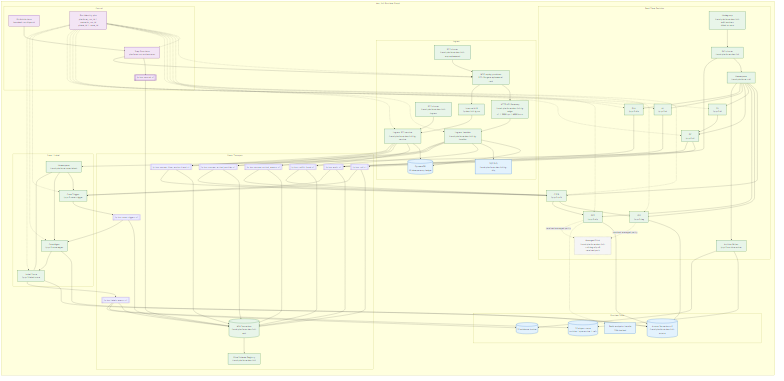
EsosaOrumwese/fraud-detection-system keeps this Mermaid diagram as docs/design/platform/dev_full/graph/dev_full_platform_runtime_current_v0.mermaid.png. Above is the earlier version. Its source is kept beside it as docs/design/platform/dev_full/graph/dev_full_platform_runtime_current_v0.mermaid.mmd.
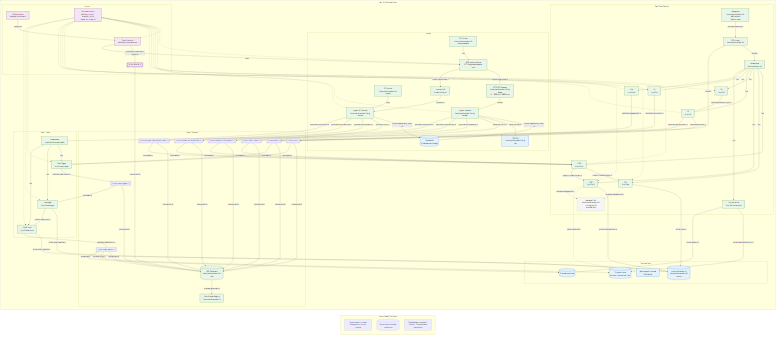
After the change.

What changed in the source:
```diff
@@ -4,6 +4,12 @@
   theme: default
 ---
 flowchart LR
+
+  subgraph LEGEND["How to Read This Graph"]
+    LG1["Square node = runtime component or control surface"]
+    LG2[("Round store = durable state store")]
+    LG3["Dashed edge = retained / indirect / handle-based relationship"]
+  end
 
   subgraph RUNTIME["dev_full Runtime Graph"]
     subgraph CONTROL["Control"]
@@ -68,7 +74,7 @@
     end
   end
 
-  GHA --> SFN
+  GHA -->|dispatches| SFN
   RUNID -.-> SFN
   RUNID -.-> WSP
   RUNID -.-> IGLAMBDA
@@ -83,81 +89,81 @@
   RUNID -.-> CASETRIG
   RUNID -.-> CM
   RUNID -.-> LS
-  SFN --> CTRLBUS
-  CTRLBUS --> MSK
-  SFN --> WSP
+  SFN -->|publishes orchestration signals to| CTRLBUS
+  CTRLBUS -->|transported by| MSK
+  SFN -->|starts| WSP
 
-  WSPCLUSTER --> WSP
-  WSP --> HTTPAPI
-  WSP --> ALB
-  HTTPAPI --> IGLAMBDA
-  ALB --> IGSVC
-  IGSVC_CLUSTER --> IGSVC
-  IGLAMBDA --> IGDDB
-  IGLAMBDA --> IGDLQ
-  IGSVC --> IGDDB
-  IGLAMBDA --> TTRAFFIC
-  IGLAMBDA --> TCTXE
-  IGLAMBDA --> TCTXT
-  IGLAMBDA --> TFLOW
-  IGSVC --> TTRAFFIC
-  IGSVC --> TCTXE
-  IGSVC --> TCTXT
-  IGSVC --> TFLOW
+  WSPCLUSTER -->|runs| WSP
+  WSP -->|pushes ingress load to| HTTPAPI
+  WSP -->|pushes ingress load to| ALB
+  HTTPAPI -->|invokes| IGLAMBDA
+  ALB -->|forwards to| IGSVC
+  IGSVC_CLUSTER -->|hosts| IGSVC
+  IGLAMBDA -->|writes idempotency state to| IGDDB
+  IGLAMBDA -->|sends failures to| IGDLQ
+  IGSVC -->|writes idempotency state to| IGDDB
+  IGLAMBDA -->|publishes traffic to| TTRAFFIC
+  IGLAMBDA -->|publishes arrival events to| TCTXE
+  IGLAMBDA -->|publishes arrival entities to| TCTXT
+  IGLAMBDA -->|publishes flow anchors to| TFLOW
+  IGSVC -->|publishes traffic to| TTRAFFIC
+  IGSVC -->|publishes arrival events to| TCTXE
+  IGSVC -->|publishes arrival entities to| TCTXT
+  IGSVC -->|publishes flow anchors to| TFLOW
 
-  TTRAFFIC --> MSK
-  TCTXE --> MSK
-  TCTXT --> MSK
-  TFLOW --> MSK
-  TRTDL --> MSK
-  TAUDIT --> MSK
-  TCASE --> MSK
-  TLABELS --> MSK
-  MSK --> GLUEREG
+  TTRAFFIC -->|transported by| MSK
+  TCTXE -->|transported by| MSK
+  TCTXT -->|transported by| MSK
+  TFLOW -->|transported by| MSK
+  TRTDL -->|transported by| MSK
+  TAUDIT -->|transported by| MSK
+  TCASE -->|transported by| MSK
+  TLABELS -->|transported by| MSK
+  MSK -->|schemas governed by| GLUEREG
 
-  NG --> EKS
-  EKS --> NSRTDL
-  NSRTDL --> CSFB
-  NSRTDL --> IEG
-  NSRTDL --> OFP
-  NSRTDL --> DL
-  NSRTDL --> DF
-  NSRTDL --> AL
-  NSRTDL --> DLA
-  NSRTDL --> ARCHIVE
-  TTRAFFIC --> CSFB
-  TCTXE --> CSFB
-  TCTXT --> CSFB
-  TFLOW --> CSFB
-  CSFB --> IEG
-  CSFB --> OFP
-  IEG --> AURORA
-  OFP --> AURORA
-  OFP -.-> REDISH
+  NG -->|provides compute for| EKS
+  EKS -->|contains| NSRTDL
+  NSRTDL -->|runs| CSFB
+  NSRTDL -->|runs| IEG
+  NSRTDL -->|runs| OFP
+  NSRTDL -->|runs| DL
+  NSRTDL -->|runs| DF
+  NSRTDL -->|runs| AL
+  NSRTDL -->|runs| DLA
+  NSRTDL -->|runs| ARCHIVE
+  TTRAFFIC -->|consumed by| CSFB
+  TCTXE -->|consumed by| CSFB
+  TCTXT -->|consumed by| CSFB
+  TFLOW -->|consumed by| CSFB
+  CSFB -->|projects joined context to| IEG
+  CSFB -->|projects joined context to| OFP
+  IEG -->|writes state to| AURORA
+  OFP -->|writes online features to| AURORA
+  OFP -. reads handle from .-> REDISH
   IEG -. retained managed parity .-> MSF
   OFP -. retained managed parity .-> MSF
-  DL --> DF
-  DF --> TRTDL
-  DF --> TAUDIT
-  AL --> TAUDIT
-  DLA --> TAUDIT
-  ARCHIVE --> OBJ
-  ARCHIVE --> EVID
+  DL -->|hands adjudication input to| DF
+  DF -->|publishes decisions to| TRTDL
+  DF -->|publishes decision audit to| TAUDIT
+  AL -->|publishes action audit to| TAUDIT
+  DLA -->|publishes lineage audit to| TAUDIT
+  ARCHIVE -->|writes immutable history to| OBJ
+  ARCHIVE -->|stores receipts in| EVID
 
-  EKS --> NSCL
-  NSCL --> CASETRIG
-  NSCL --> CM
-  NSCL --> LS
-  TRTDL --> CASETRIG
-  TAUDIT --> CASETRIG
-  CASETRIG --> TCASE
-  TCASE --> CM
-  CM --> AURORA
-  CM --> LS
-  LS --> AURORA
-  LS --> TLABELS
-  TLABELS --> OBJ
-  TLABELS --> EVID
+  EKS -->|contains| NSCL
+  NSCL -->|runs| CASETRIG
+  NSCL -->|runs| CM
+  NSCL -->|runs| LS
+  TRTDL -->|consumed by| CASETRIG
+  TAUDIT -->|consumed by| CASETRIG
+  CASETRIG -->|publishes case intents to| TCASE
+  TCASE -->|consumed by| CM
+  CM -->|writes case timeline to| AURORA
+  CM -->|submits label work to| LS
+  LS -->|writes label timeline to| AURORA
+  LS -->|publishes label events to| TLABELS
+  TLABELS -->|archived by ref in| OBJ
+  TLABELS -->|evidenced in| EVID
 
   classDef live fill:#e8f5e9,stroke:#2e7d32,color:#111,stroke-width:1.4px;
   classDef store fill:#e3f2fd,stroke:#1565c0,color:#111,stroke-width:1.4px;
```
